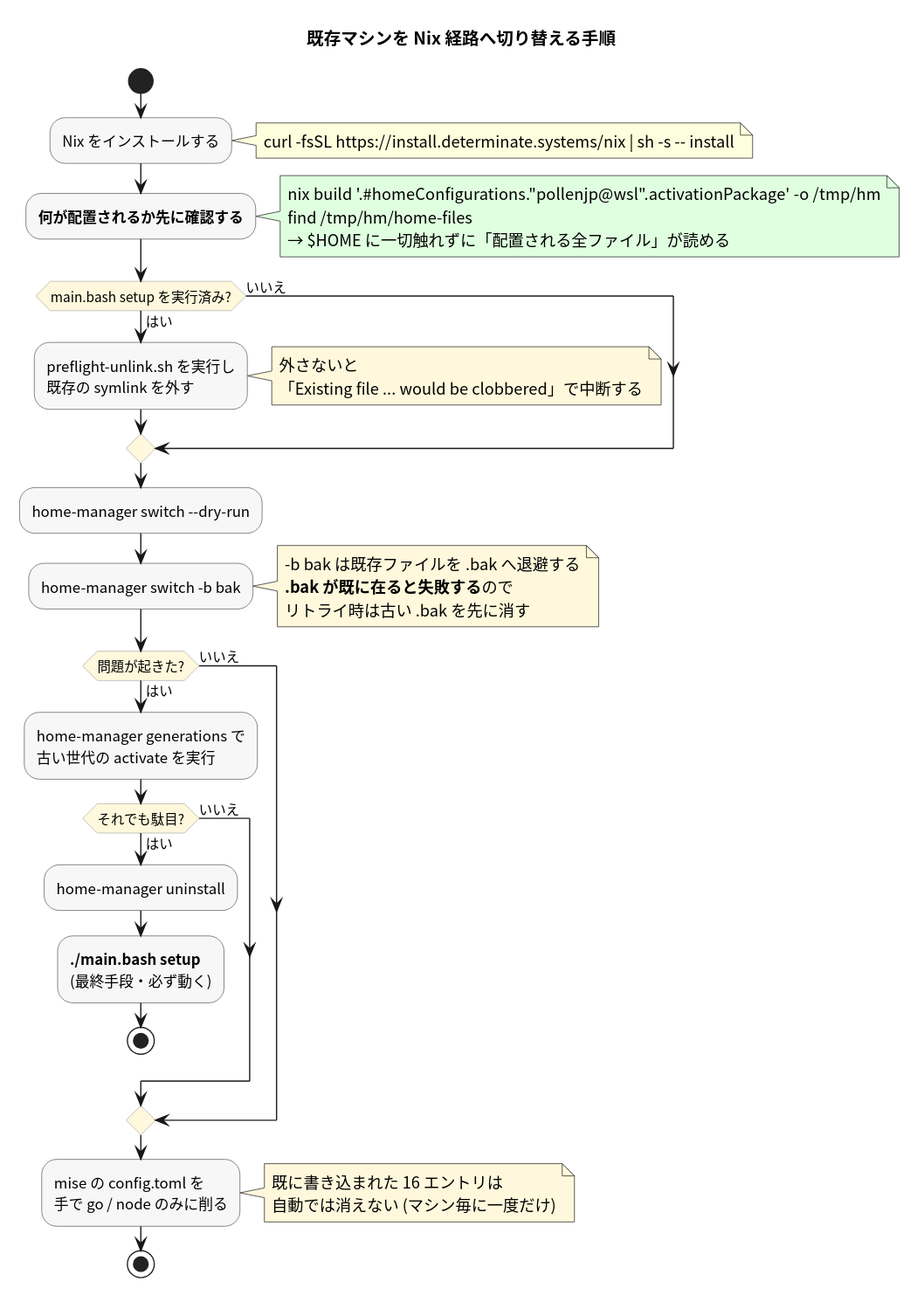
Earlier version of the PlantUML export docs/adr/001_home_manager_migration_20260808T163454JST/textbook/plantuml/out/04_cutover.svg (pollenjp/dotfiles). The source it was exported from:
```plantuml
@startuml
skinparam backgroundColor #FFFFFF
skinparam defaultFontName "Noto Sans CJK JP"
skinparam shadowing false
skinparam activity {
  BackgroundColor #F7F7F7
  BorderColor #555555
  DiamondBackgroundColor #FFF8DC
  DiamondBorderColor #AAAAAA
}

title 既存マシンを Nix 経路へ切り替える手順

start

:Nix をインストールする;
note right
  curl -fsSL https://install.determinate.systems/nix | sh -s -- install
end note

:**何が配置されるか先に確認する**;
note right #E0FFE0
  nix build '.#homeConfigurations."pollenjp@wsl".activationPackage' -o /tmp/hm
  find /tmp/hm/home-files
  → $HOME に一切触れずに「配置される全ファイル」が読める
end note

if (main.bash setup を実行済み?) then (はい)
  :preflight-unlink.sh を実行し\n既存の symlink を外す;
  note right #FFF8DC
    外さないと
    「Existing file ... would be clobbered」で中断する
  end note
else (いいえ)
endif

:home-manager switch --dry-run;

:home-manager switch -b bak;
note right #FFF8DC
  -b bak は既存ファイルを .bak へ退避する
  **.bak が既に在ると失敗する**ので
  リトライ時は古い .bak を先に消す
end note

if (問題が起きた?) then (はい)
  :home-manager generations で\n古い世代の activate を実行;
  if (それでも駄目?) then (はい)
    :home-manager uninstall;
    :**./main.bash setup**\n(最終手段・必ず動く);
    stop
  else (いいえ)
  endif
else (いいえ)
endif

:mise の config.toml を\n手で go / node のみに削る;
note right #FFF8DC
  既に書き込まれた 16 エントリは
  自動では消えない (マシン毎に一度だけ)
end note

stop
@enduml
```
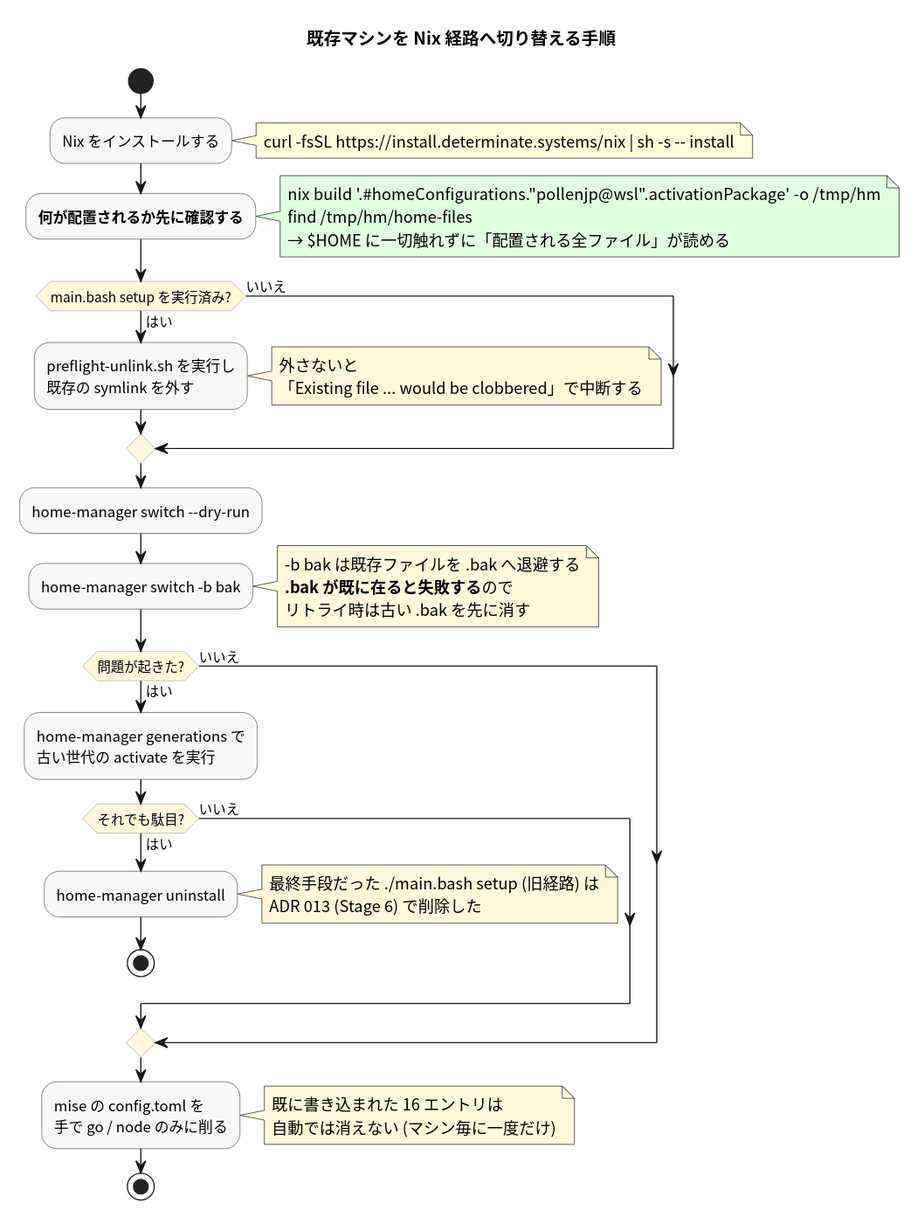
Above is the later version.

What changed in the source:
```diff
@@ -47,7 +47,10 @@
   :home-manager generations で\n古い世代の activate を実行;
   if (それでも駄目?) then (はい)
     :home-manager uninstall;
-    :**./main.bash setup**\n(最終手段・必ず動く);
+    note right #FFF8DC
+      最終手段だった ./main.bash setup (旧経路) は
+      ADR 013 (Stage 6) で削除した
+    end note
     stop
   else (いいえ)
   endif
```
